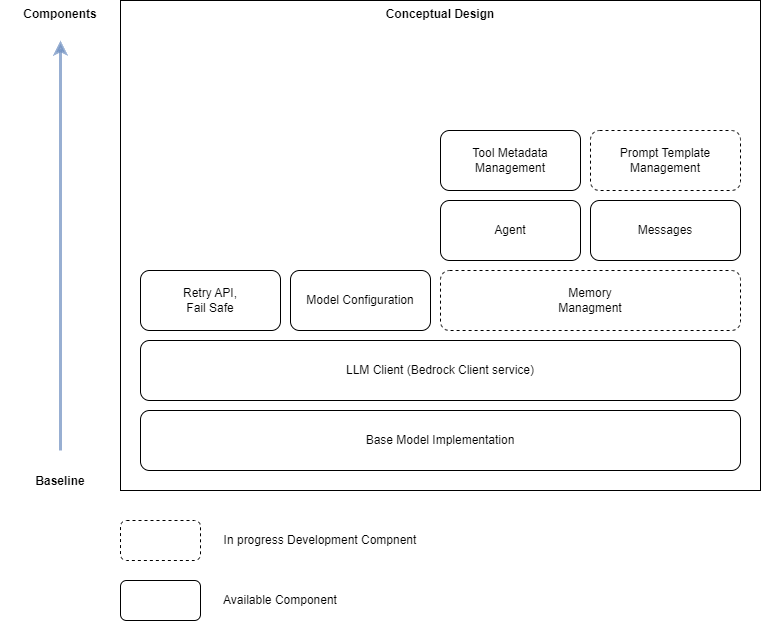
Before: assests/bedrock_llm.png, a diagram exported from draw.io (techXtumy/bedrock_llm). Source tidied: cells renumbered, new cells last; positions are measured from the earlier drawing's top-left corner, leaving out a move shared by most shapes. Its diagram source:
```xml
<mxGraphModel>
  <root>
    <mxCell id="0" />
    <mxCell id="1" parent="0" />
    <mxCell id="2" value="&lt;b&gt;Conceptual Design&lt;/b&gt;" style="rounded=0;whiteSpace=wrap;html=1;verticalAlign=top;" parent="1" vertex="1">
      <mxGeometry x="120" width="640" height="490" as="geometry" />
    </mxCell>
    <mxCell id="3" value="Base Model Implementation" style="rounded=1;whiteSpace=wrap;html=1;" parent="1" vertex="1">
      <mxGeometry x="140" y="410" width="600" height="60" as="geometry" />
    </mxCell>
    <mxCell id="4" value="LLM Client (Bedrock Client service)" style="rounded=1;whiteSpace=wrap;html=1;" parent="1" vertex="1">
      <mxGeometry x="140" y="340" width="600" height="60" as="geometry" />
    </mxCell>
    <mxCell id="5" value="Agent" style="rounded=1;whiteSpace=wrap;html=1;" parent="1" vertex="1">
      <mxGeometry x="440" y="200" width="140" height="60" as="geometry" />
    </mxCell>
    <mxCell id="6" value="Messages" style="rounded=1;whiteSpace=wrap;html=1;" parent="1" vertex="1">
      <mxGeometry x="590" y="200" width="150" height="60" as="geometry" />
    </mxCell>
    <mxCell id="7" value="Tool Metadata Management" style="rounded=1;whiteSpace=wrap;html=1;" parent="1" vertex="1">
      <mxGeometry x="440" y="130" width="140" height="60" as="geometry" />
    </mxCell>
    <mxCell id="8" value="Prompt Template Management" style="rounded=1;whiteSpace=wrap;html=1;dashed=1;" parent="1" vertex="1">
      <mxGeometry x="590" y="130" width="150" height="60" as="geometry" />
    </mxCell>
    <mxCell id="9" value="Model Configuration" style="rounded=1;whiteSpace=wrap;html=1;" parent="1" vertex="1">
      <mxGeometry x="290" y="270" width="140" height="60" as="geometry" />
    </mxCell>
    <mxCell id="10" value="Retry API, &lt;br&gt;Fail Safe" style="rounded=1;whiteSpace=wrap;html=1;" parent="1" vertex="1">
      <mxGeometry x="140" y="270" width="140" height="60" as="geometry" />
    </mxCell>
    <mxCell id="11" value="Memory&lt;br&gt;Managment" style="rounded=1;whiteSpace=wrap;html=1;dashed=1;" parent="1" vertex="1">
      <mxGeometry x="440" y="270" width="300" height="60" as="geometry" />
    </mxCell>
    <mxCell id="12" value="Baseline" style="text;html=1;strokeColor=none;fillColor=none;align=center;verticalAlign=bottom;whiteSpace=wrap;rounded=0;fontStyle=1;" parent="1" vertex="1">
      <mxGeometry y="450" width="120" height="40" as="geometry" />
    </mxCell>
    <mxCell id="13" value="Components" style="text;html=1;strokeColor=none;fillColor=none;align=center;verticalAlign=top;whiteSpace=wrap;rounded=0;fontStyle=1;" parent="1" vertex="1">
      <mxGeometry width="120" height="40" as="geometry" />
    </mxCell>
    <mxCell id="14" style="endArrow=classic;html=1;entryX=0.5;entryY=1;entryDx=0;entryDy=0;strokeWidth=3;fillColor=#dae8fc;strokeColor=#6c8ebf;gradientColor=#7ea6e0;opacity=70;" parent="1" edge="1" source="12" target="13">
      <mxGeometry relative="1" as="geometry" />
    </mxCell>
    <mxCell id="15" style="rounded=1;whiteSpace=wrap;html=1;dashed=1;" parent="1" vertex="1">
      <mxGeometry x="120" y="520" width="80" height="40" as="geometry" />
    </mxCell>
    <mxCell id="16" style="rounded=1;whiteSpace=wrap;html=1;" parent="1" vertex="1">
      <mxGeometry x="120" y="580" width="80" height="40" as="geometry" />
    </mxCell>
    <mxCell id="17" value="In progress Development Compnent" style="text;html=1;strokeColor=none;fillColor=none;align=center;verticalAlign=middle;whiteSpace=wrap;rounded=0;" parent="1" vertex="1">
      <mxGeometry x="200" y="525" width="240" height="30" as="geometry" />
    </mxCell>
    <mxCell id="18" value="Available Component" style="text;html=1;strokeColor=none;fillColor=none;align=center;verticalAlign=middle;whiteSpace=wrap;rounded=0;" parent="1" vertex="1">
      <mxGeometry x="200" y="585" width="160" height="30" as="geometry" />
    </mxCell>
  </root>
</mxGraphModel>
```
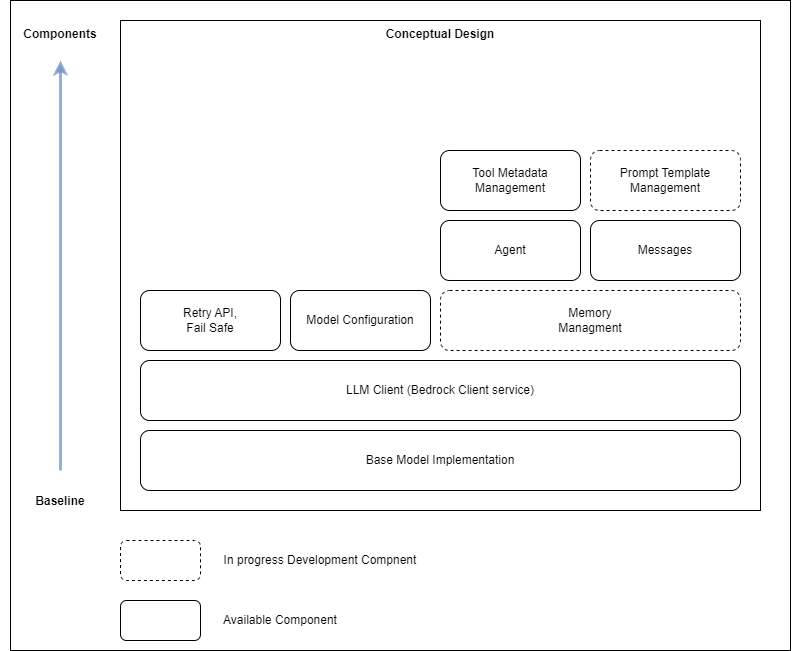
Above is the later version.

Commit message:
concept architectual diagram

Diff of the diagram source:
```diff
@@ -2,6 +2,9 @@
   <root>
     <mxCell id="0" />
     <mxCell id="1" parent="0" />
+    <mxCell id="19" style="rounded=0;whiteSpace=wrap;html=1;fontColor=#030303;" parent="1" vertex="1">
+      <mxGeometry x="10" y="-20" width="780" height="650" as="geometry" />
+    </mxCell>
     <mxCell id="2" value="&lt;b&gt;Conceptual Design&lt;/b&gt;" style="rounded=0;whiteSpace=wrap;html=1;verticalAlign=top;" parent="1" vertex="1">
       <mxGeometry x="120" width="640" height="490" as="geometry" />
     </mxCell>
```
